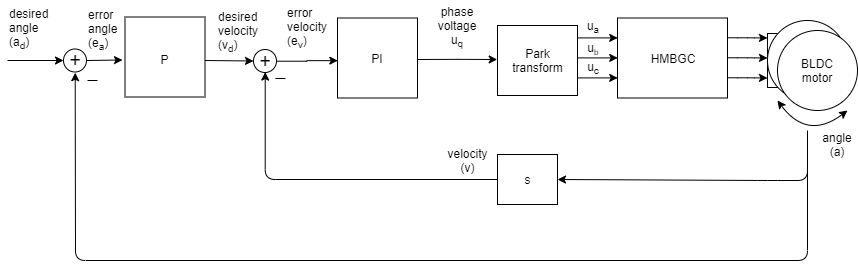
Earlier version of the draw.io export Images/position.png (simplefoc/Arduino-FOC). Source tidied: cells renumbered, new cells last; positions are measured from the earlier drawing's top-left corner, leaving out a move shared by most shapes.
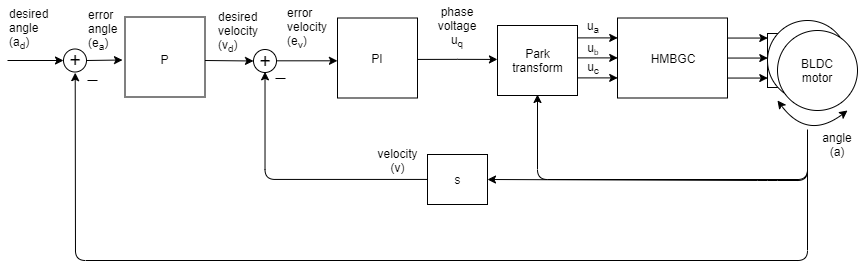
Above is the later version.

What changed in the source:
```diff
@@ -153,7 +153,7 @@
       <mxGeometry relative="1" as="geometry" />
     </mxCell>
     <mxCell id="36" value="s" style="rounded=0;whiteSpace=wrap;html=1;strokeColor=#000000;" parent="1" vertex="1">
-      <mxGeometry x="490" y="154" width="60" height="50" as="geometry" />
+      <mxGeometry x="420" y="154" width="60" height="50" as="geometry" />
     </mxCell>
     <mxCell id="37" style="endArrow=classic;html=1;entryX=1;entryY=0.5;entryDx=0;entryDy=0;" parent="1" edge="1" target="36">
       <mxGeometry relative="1" as="geometry">
@@ -171,7 +171,7 @@
       <mxGeometry x="79" y="5" width="50" height="50" as="geometry" />
     </mxCell>
     <mxCell id="40" value="velocity (v)" style="text;html=1;strokeColor=none;fillColor=none;align=center;verticalAlign=middle;whiteSpace=wrap;rounded=0;" parent="1" vertex="1">
-      <mxGeometry x="440" y="150" width="40" height="20" as="geometry" />
+      <mxGeometry x="370" y="150" width="40" height="20" as="geometry" />
     </mxCell>
     <mxCell id="41" value="&lt;span style=&quot;text-align: center ; white-space: normal&quot;&gt;error&lt;br&gt;velocity&amp;nbsp;&lt;br&gt;(e&lt;sub&gt;v&lt;/sub&gt;)&lt;/span&gt;" style="text;html=1;align=left;verticalAlign=top;spacingTop=-4;" parent="1" vertex="1">
       <mxGeometry x="277.5" y="2.5" width="60" height="50" as="geometry" />
@@ -194,5 +194,15 @@
     <mxCell id="47" value="&lt;span style=&quot;text-align: center ; white-space: normal&quot;&gt;desired&lt;br&gt;velocity&lt;br&gt;(v&lt;/span&gt;&lt;sub style=&quot;text-align: center ; white-space: normal&quot;&gt;d&lt;/sub&gt;&lt;span style=&quot;text-align: center ; white-space: normal&quot;&gt;)&lt;/span&gt;" style="text;html=1;" parent="1" vertex="1">
       <mxGeometry x="208.5" y="2.5" width="40" height="70" as="geometry" />
     </mxCell>
+    <mxCell id="48" style="endArrow=classic;html=1;entryX=0.5;entryY=1;entryDx=0;entryDy=0;" parent="1" edge="1">
+      <mxGeometry relative="1" as="geometry">
+        <mxPoint x="800" y="129" as="sourcePoint" />
+        <mxPoint x="530" y="94" as="targetPoint" />
+        <Array as="points">
+          <mxPoint x="800" y="179" />
+          <mxPoint x="530" y="179" />
+        </Array>
+      </mxGeometry>
+    </mxCell>
   </root>
 </mxGraphModel>
```
